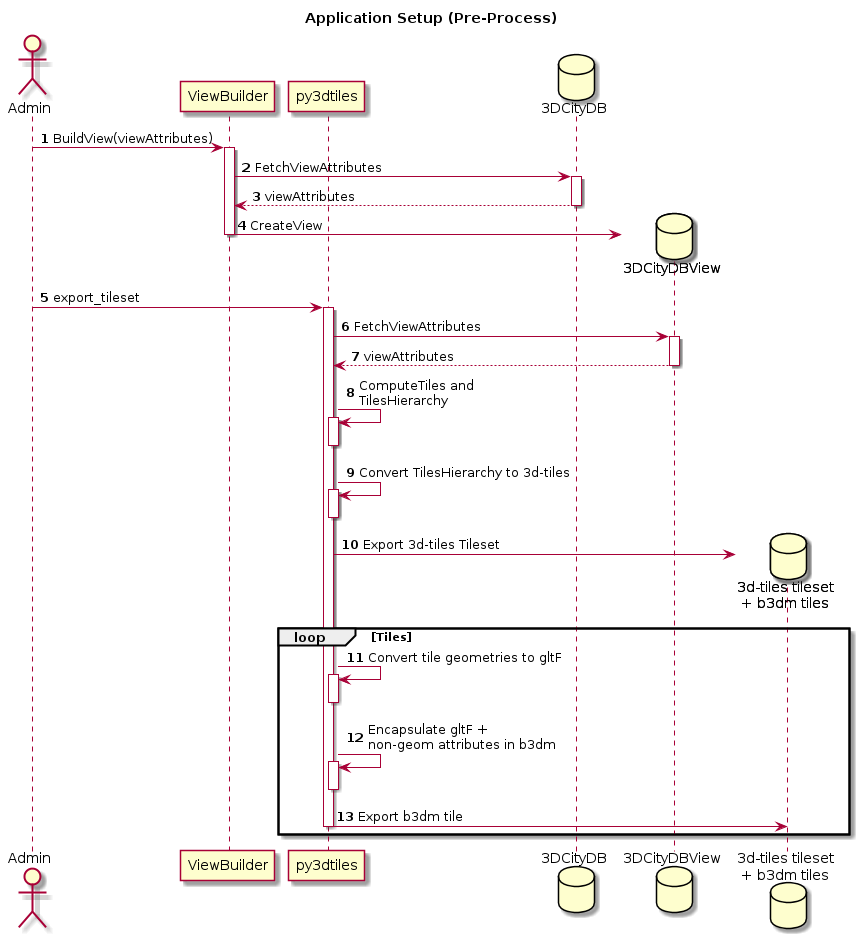
VCityTeam/UD-SV keeps this PlantUML diagram as Doc/Devel/Architecture/Diagrams/ApplicationSetup.png. Above is the earlier version.
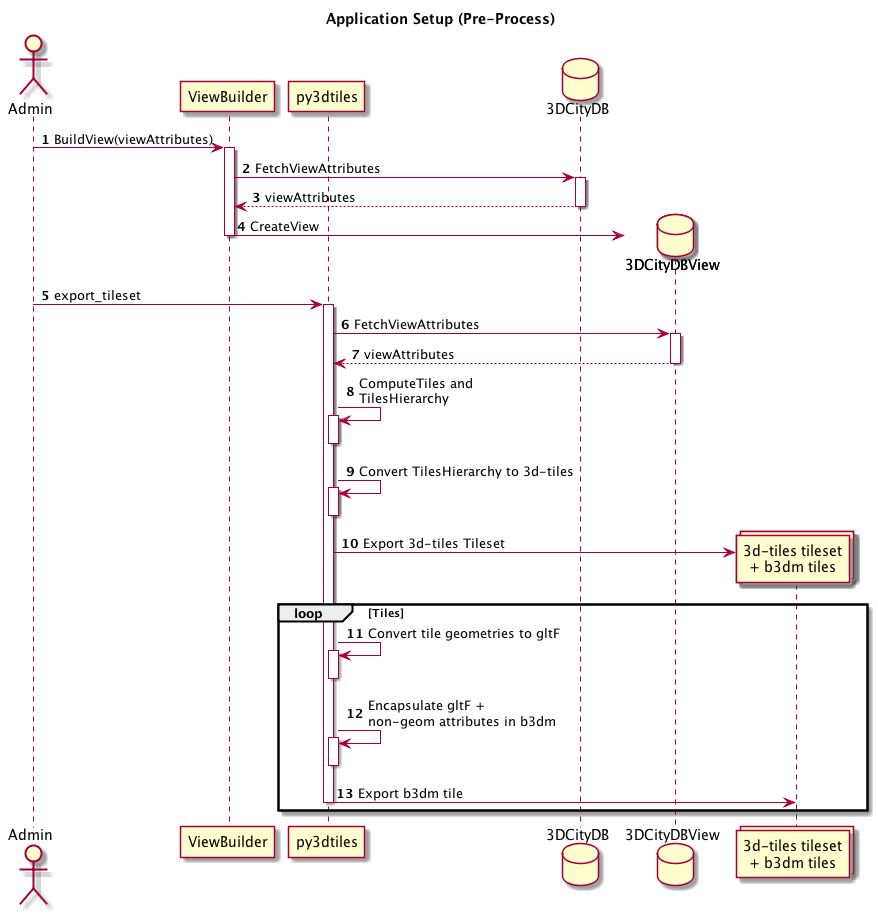
The same file after the commit.

Commit message:
Target are collections not DBs.

Diff of the diagram source:
```diff
@@ -35,7 +35,7 @@
 activate py3dtiles
 deactivate py3dtiles
 
-create database "3d-tiles tileset\n+ b3dm tiles" as TB3DM
+create collections "3d-tiles tileset\n+ b3dm tiles" as TB3DM
 py3dtiles -> TB3DM : Export 3d-tiles Tileset
 
 loop Tiles
```
